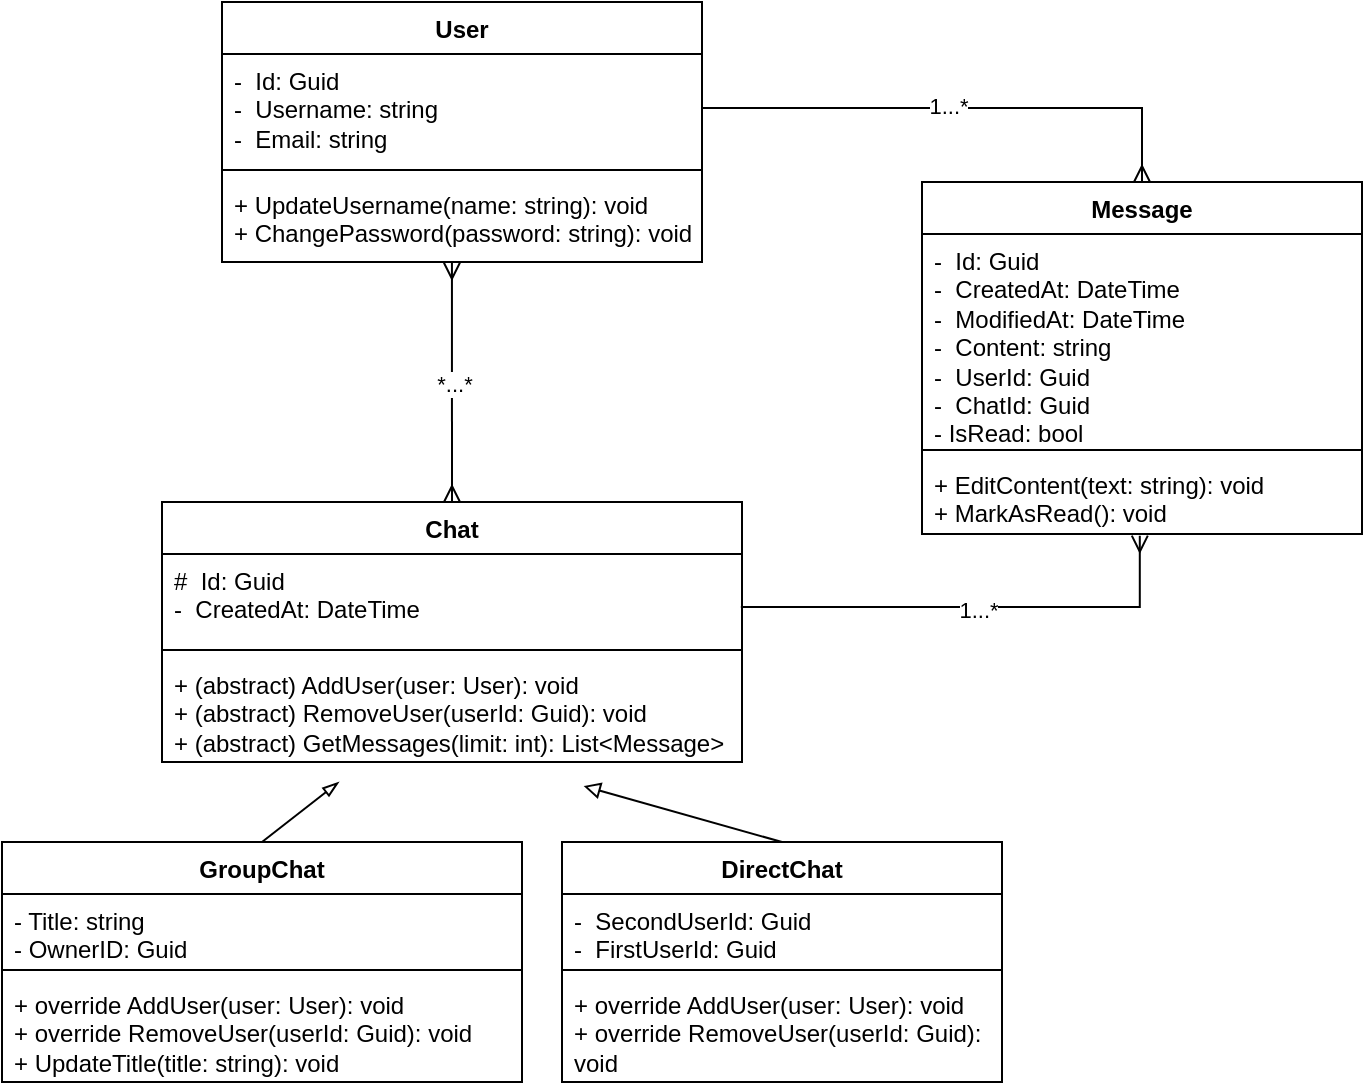
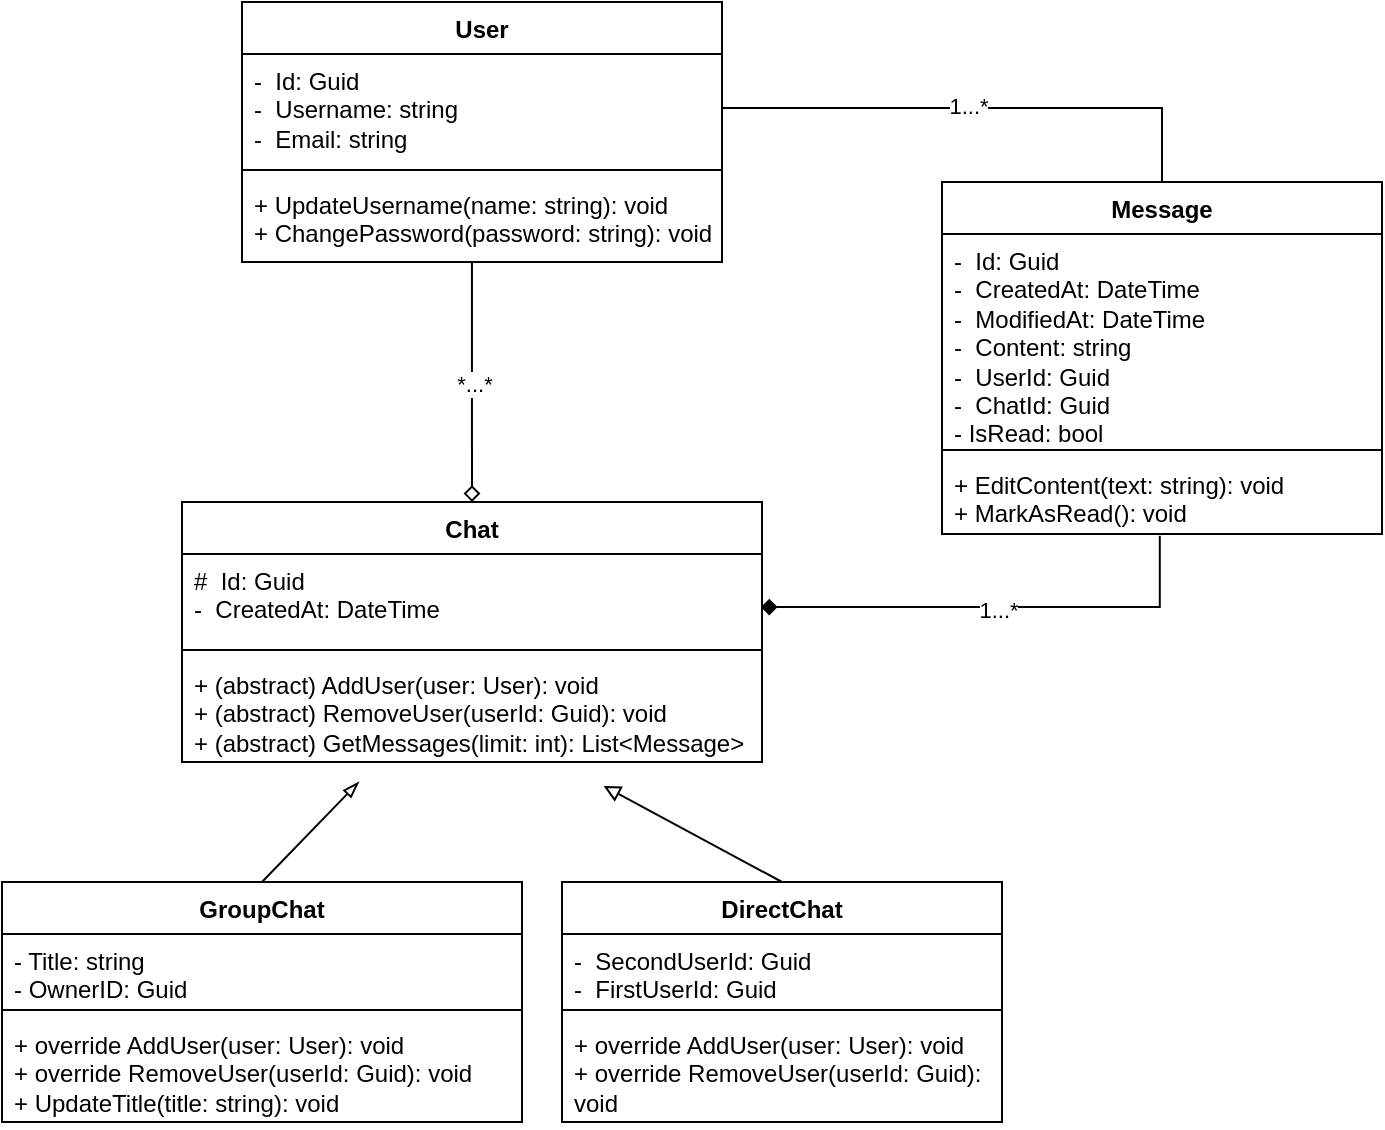
<mxfile host="Electron" agent="Mozilla/5.0 (Windows NT 10.0; Win64; x64) AppleWebKit/537.36 (KHTML, like Gecko) draw.io/29.6.1 Chrome/142.0.7444.265 Electron/39.8.0 Safari/537.36" version="29.6.1">
  <diagram name="Page-1" id="1tDtBCLv5SbzkVq6rJRw">
-     <mxGraphModel dx="1425" dy="828" grid="1" gridSize="10" guides="1" tooltips="1" connect="1" arrows="1" fold="1" page="1" pageScale="1" pageWidth="850" pageHeight="1100" math="0" shadow="0">
+     <mxGraphModel dx="1181" dy="686" grid="1" gridSize="10" guides="1" tooltips="1" connect="1" arrows="1" fold="1" page="1" pageScale="1" pageWidth="850" pageHeight="1100" math="0" shadow="0">
      <root>
        <mxCell id="0" />
        <mxCell id="1" parent="0" />
        <mxCell id="ruk4lqxG6iiJFCDMzkKr-1" parent="1" style="swimlane;fontStyle=1;align=center;verticalAlign=top;childLayout=stackLayout;horizontal=1;startSize=26;horizontalStack=0;resizeParent=1;resizeParentMax=0;resizeLast=0;collapsible=1;marginBottom=0;whiteSpace=wrap;html=1;" value="User" vertex="1">
          <mxGeometry height="130" width="240" x="130" y="130" as="geometry" />
        </mxCell>
        <mxCell id="ruk4lqxG6iiJFCDMzkKr-2" parent="ruk4lqxG6iiJFCDMzkKr-1" style="text;strokeColor=none;fillColor=none;align=left;verticalAlign=top;spacingLeft=4;spacingRight=4;overflow=hidden;rotatable=0;points=[[0,0.5],[1,0.5]];portConstraint=eastwest;whiteSpace=wrap;html=1;" value="-&amp;nbsp; Id: Guid&lt;div&gt;-&amp;nbsp; Username: string&lt;/div&gt;&lt;div&gt;-&amp;nbsp; Email: string&lt;/div&gt;" vertex="1">
          <mxGeometry height="54" width="240" y="26" as="geometry" />
        </mxCell>
        <mxCell id="ruk4lqxG6iiJFCDMzkKr-3" parent="ruk4lqxG6iiJFCDMzkKr-1" style="line;strokeWidth=1;fillColor=none;align=left;verticalAlign=middle;spacingTop=-1;spacingLeft=3;spacingRight=3;rotatable=0;labelPosition=right;points=[];portConstraint=eastwest;strokeColor=inherit;" value="" vertex="1">
          <mxGeometry height="8" width="240" y="80" as="geometry" />
        </mxCell>
        <mxCell id="ruk4lqxG6iiJFCDMzkKr-4" parent="ruk4lqxG6iiJFCDMzkKr-1" style="text;strokeColor=none;fillColor=none;align=left;verticalAlign=top;spacingLeft=4;spacingRight=4;overflow=hidden;rotatable=0;points=[[0,0.5],[1,0.5]];portConstraint=eastwest;whiteSpace=wrap;html=1;" value="+ UpdateUsername(name: string): void&lt;div&gt;+ ChangePassword(password: string): void&lt;/div&gt;" vertex="1">
          <mxGeometry height="42" width="240" y="88" as="geometry" />
        </mxCell>
        <mxCell id="ruk4lqxG6iiJFCDMzkKr-5" parent="1" style="swimlane;fontStyle=1;align=center;verticalAlign=top;childLayout=stackLayout;horizontal=1;startSize=26;horizontalStack=0;resizeParent=1;resizeParentMax=0;resizeLast=0;collapsible=1;marginBottom=0;whiteSpace=wrap;html=1;" value="Chat" vertex="1">
          <mxGeometry height="130" width="290" x="100" y="380" as="geometry" />
        </mxCell>
        <mxCell id="ruk4lqxG6iiJFCDMzkKr-6" parent="ruk4lqxG6iiJFCDMzkKr-5" style="text;strokeColor=none;fillColor=none;align=left;verticalAlign=top;spacingLeft=4;spacingRight=4;overflow=hidden;rotatable=0;points=[[0,0.5],[1,0.5]];portConstraint=eastwest;whiteSpace=wrap;html=1;" value="#&amp;nbsp; Id: Guid&lt;div&gt;-&amp;nbsp; CreatedAt: DateTime&lt;/div&gt;" vertex="1">
          <mxGeometry height="44" width="290" y="26" as="geometry" />
        </mxCell>
        <mxCell id="ruk4lqxG6iiJFCDMzkKr-7" parent="ruk4lqxG6iiJFCDMzkKr-5" style="line;strokeWidth=1;fillColor=none;align=left;verticalAlign=middle;spacingTop=-1;spacingLeft=3;spacingRight=3;rotatable=0;labelPosition=right;points=[];portConstraint=eastwest;strokeColor=inherit;" value="" vertex="1">
          <mxGeometry height="8" width="290" y="70" as="geometry" />
        </mxCell>
        <mxCell id="ruk4lqxG6iiJFCDMzkKr-8" parent="ruk4lqxG6iiJFCDMzkKr-5" style="text;strokeColor=none;fillColor=none;align=left;verticalAlign=top;spacingLeft=4;spacingRight=4;overflow=hidden;rotatable=0;points=[[0,0.5],[1,0.5]];portConstraint=eastwest;whiteSpace=wrap;html=1;" value="+ (abstract) AddUser(user: User): void&lt;div&gt;+ (abstract) RemoveUser(userId: Guid): void&lt;/div&gt;&lt;div&gt;+ (abstract) GetMessages(limit: int): List&amp;lt;Message&amp;gt;&lt;/div&gt;" vertex="1">
          <mxGeometry height="52" width="290" y="78" as="geometry" />
        </mxCell>
        <mxCell id="ruk4lqxG6iiJFCDMzkKr-9" parent="1" style="swimlane;fontStyle=1;align=center;verticalAlign=top;childLayout=stackLayout;horizontal=1;startSize=26;horizontalStack=0;resizeParent=1;resizeParentMax=0;resizeLast=0;collapsible=1;marginBottom=0;whiteSpace=wrap;html=1;" value="GroupChat" vertex="1">
-           <mxGeometry height="120" width="260" x="20" y="550" as="geometry" />
+           <mxGeometry height="120" width="260" x="10" y="570" as="geometry" />
        </mxCell>
        <mxCell id="ruk4lqxG6iiJFCDMzkKr-10" parent="ruk4lqxG6iiJFCDMzkKr-9" style="text;strokeColor=none;fillColor=none;align=left;verticalAlign=top;spacingLeft=4;spacingRight=4;overflow=hidden;rotatable=0;points=[[0,0.5],[1,0.5]];portConstraint=eastwest;whiteSpace=wrap;html=1;" value="- Title: string&lt;div&gt;- OwnerID: Guid&lt;/div&gt;" vertex="1">
          <mxGeometry height="34" width="260" y="26" as="geometry" />
        </mxCell>
        <mxCell id="ruk4lqxG6iiJFCDMzkKr-11" parent="ruk4lqxG6iiJFCDMzkKr-9" style="line;strokeWidth=1;fillColor=none;align=left;verticalAlign=middle;spacingTop=-1;spacingLeft=3;spacingRight=3;rotatable=0;labelPosition=right;points=[];portConstraint=eastwest;strokeColor=inherit;" value="" vertex="1">
          <mxGeometry height="8" width="260" y="60" as="geometry" />
        </mxCell>
        <mxCell id="ruk4lqxG6iiJFCDMzkKr-12" parent="ruk4lqxG6iiJFCDMzkKr-9" style="text;strokeColor=none;fillColor=none;align=left;verticalAlign=top;spacingLeft=4;spacingRight=4;overflow=hidden;rotatable=0;points=[[0,0.5],[1,0.5]];portConstraint=eastwest;whiteSpace=wrap;html=1;" value="+ override AddUser(user: User): void&lt;div&gt;+ override RemoveUser(userId: Guid): void&lt;/div&gt;&lt;div&gt;+ UpdateTitle(title: string): void&lt;/div&gt;" vertex="1">
          <mxGeometry height="52" width="260" y="68" as="geometry" />
        </mxCell>
        <mxCell id="ruk4lqxG6iiJFCDMzkKr-17" parent="1" style="swimlane;fontStyle=1;align=center;verticalAlign=top;childLayout=stackLayout;horizontal=1;startSize=26;horizontalStack=0;resizeParent=1;resizeParentMax=0;resizeLast=0;collapsible=1;marginBottom=0;whiteSpace=wrap;html=1;" value="DirectChat" vertex="1">
-           <mxGeometry height="120" width="220" x="300" y="550" as="geometry" />
+           <mxGeometry height="120" width="220" x="290" y="570" as="geometry" />
        </mxCell>
        <mxCell id="ruk4lqxG6iiJFCDMzkKr-18" parent="ruk4lqxG6iiJFCDMzkKr-17" style="text;strokeColor=none;fillColor=none;align=left;verticalAlign=top;spacingLeft=4;spacingRight=4;overflow=hidden;rotatable=0;points=[[0,0.5],[1,0.5]];portConstraint=eastwest;whiteSpace=wrap;html=1;" value="-&amp;nbsp; SecondUserId: Guid&lt;br&gt;&lt;div&gt;-&amp;nbsp; FirstUserId: Guid&lt;/div&gt;" vertex="1">
          <mxGeometry height="34" width="220" y="26" as="geometry" />
        </mxCell>
        <mxCell id="ruk4lqxG6iiJFCDMzkKr-19" parent="ruk4lqxG6iiJFCDMzkKr-17" style="line;strokeWidth=1;fillColor=none;align=left;verticalAlign=middle;spacingTop=-1;spacingLeft=3;spacingRight=3;rotatable=0;labelPosition=right;points=[];portConstraint=eastwest;strokeColor=inherit;" value="" vertex="1">
          <mxGeometry height="8" width="220" y="60" as="geometry" />
        </mxCell>
        <mxCell id="ruk4lqxG6iiJFCDMzkKr-20" parent="ruk4lqxG6iiJFCDMzkKr-17" style="text;strokeColor=none;fillColor=none;align=left;verticalAlign=top;spacingLeft=4;spacingRight=4;overflow=hidden;rotatable=0;points=[[0,0.5],[1,0.5]];portConstraint=eastwest;whiteSpace=wrap;html=1;" value="+ override AddUser(user: User): void&lt;div&gt;+ override RemoveUser(userId: Guid): void&lt;/div&gt;" vertex="1">
          <mxGeometry height="52" width="220" y="68" as="geometry" />
        </mxCell>
        <mxCell id="ruk4lqxG6iiJFCDMzkKr-21" edge="1" parent="1" source="ruk4lqxG6iiJFCDMzkKr-9" style="endArrow=blockThin;html=1;rounded=0;exitX=0.5;exitY=0;exitDx=0;exitDy=0;entryX=0.305;entryY=1.192;entryDx=0;entryDy=0;entryPerimeter=0;endFill=0;" target="ruk4lqxG6iiJFCDMzkKr-8" value="">
          <mxGeometry height="50" relative="1" width="50" as="geometry">
            <mxPoint x="300" y="640" as="sourcePoint" />
            <mxPoint x="350" y="590" as="targetPoint" />
          </mxGeometry>
        </mxCell>
        <mxCell id="ruk4lqxG6iiJFCDMzkKr-22" edge="1" parent="1" source="ruk4lqxG6iiJFCDMzkKr-17" style="endArrow=block;html=1;rounded=0;exitX=0.5;exitY=0;exitDx=0;exitDy=0;entryX=0.727;entryY=1.231;entryDx=0;entryDy=0;entryPerimeter=0;endFill=0;" target="ruk4lqxG6iiJFCDMzkKr-8" value="">
          <mxGeometry height="50" relative="1" width="50" as="geometry">
            <mxPoint x="370" y="696" as="sourcePoint" />
            <mxPoint x="548" y="630" as="targetPoint" />
          </mxGeometry>
        </mxCell>
        <mxCell id="ruk4lqxG6iiJFCDMzkKr-24" parent="1" style="swimlane;fontStyle=1;align=center;verticalAlign=top;childLayout=stackLayout;horizontal=1;startSize=26;horizontalStack=0;resizeParent=1;resizeParentMax=0;resizeLast=0;collapsible=1;marginBottom=0;whiteSpace=wrap;html=1;" value="Message" vertex="1">
          <mxGeometry height="176" width="220" x="480" y="220" as="geometry" />
        </mxCell>
        <mxCell id="ruk4lqxG6iiJFCDMzkKr-25" parent="ruk4lqxG6iiJFCDMzkKr-24" style="text;strokeColor=none;fillColor=none;align=left;verticalAlign=top;spacingLeft=4;spacingRight=4;overflow=hidden;rotatable=0;points=[[0,0.5],[1,0.5]];portConstraint=eastwest;whiteSpace=wrap;html=1;" value="-&amp;nbsp; Id: Guid&lt;div&gt;-&amp;nbsp; CreatedAt: DateTime&lt;/div&gt;&lt;div&gt;-&amp;nbsp; ModifiedAt: DateTime&lt;/div&gt;&lt;div&gt;-&amp;nbsp; Content: string&lt;/div&gt;&lt;div&gt;-&amp;nbsp; UserId: Guid&lt;/div&gt;&lt;div&gt;-&amp;nbsp; ChatId: Guid&lt;/div&gt;&lt;div&gt;- IsRead: bool&lt;/div&gt;" vertex="1">
          <mxGeometry height="104" width="220" y="26" as="geometry" />
        </mxCell>
        <mxCell id="ruk4lqxG6iiJFCDMzkKr-26" parent="ruk4lqxG6iiJFCDMzkKr-24" style="line;strokeWidth=1;fillColor=none;align=left;verticalAlign=middle;spacingTop=-1;spacingLeft=3;spacingRight=3;rotatable=0;labelPosition=right;points=[];portConstraint=eastwest;strokeColor=inherit;" value="" vertex="1">
          <mxGeometry height="8" width="220" y="130" as="geometry" />
        </mxCell>
        <mxCell id="ruk4lqxG6iiJFCDMzkKr-27" parent="ruk4lqxG6iiJFCDMzkKr-24" style="text;strokeColor=none;fillColor=none;align=left;verticalAlign=top;spacingLeft=4;spacingRight=4;overflow=hidden;rotatable=0;points=[[0,0.5],[1,0.5]];portConstraint=eastwest;whiteSpace=wrap;html=1;" value="+ EditContent(text: string): void&lt;div&gt;+ MarkAsRead(): void&lt;/div&gt;" vertex="1">
          <mxGeometry height="38" width="220" y="138" as="geometry" />
        </mxCell>
-         <mxCell id="mNaRktEDR45nKmZkVIIn-3" edge="1" parent="1" source="ruk4lqxG6iiJFCDMzkKr-2" style="edgeStyle=orthogonalEdgeStyle;rounded=0;orthogonalLoop=1;jettySize=auto;html=1;endArrow=ERmany;endFill=0;exitX=1;exitY=0.5;exitDx=0;exitDy=0;" target="ruk4lqxG6iiJFCDMzkKr-24">
+         <mxCell id="mNaRktEDR45nKmZkVIIn-3" edge="1" parent="1" source="ruk4lqxG6iiJFCDMzkKr-2" style="edgeStyle=orthogonalEdgeStyle;rounded=0;orthogonalLoop=1;jettySize=auto;html=1;endArrow=none;endFill=0;exitX=1;exitY=0.5;exitDx=0;exitDy=0;startArrow=none;startFill=0;" target="ruk4lqxG6iiJFCDMzkKr-24">
          <mxGeometry relative="1" as="geometry">
            <mxPoint x="530" y="195" as="sourcePoint" />
            <mxPoint x="620" y="310" as="targetPoint" />
          </mxGeometry>
        </mxCell>
        <mxCell id="mNaRktEDR45nKmZkVIIn-4" connectable="0" parent="mNaRktEDR45nKmZkVIIn-3" style="edgeLabel;html=1;align=center;verticalAlign=middle;resizable=0;points=[];" value="1...*" vertex="1">
          <mxGeometry relative="1" x="-0.0476" y="1" as="geometry">
            <mxPoint as="offset" />
          </mxGeometry>
        </mxCell>
-         <mxCell id="mNaRktEDR45nKmZkVIIn-9" edge="1" parent="1" source="ruk4lqxG6iiJFCDMzkKr-4" style="edgeStyle=orthogonalEdgeStyle;rounded=0;orthogonalLoop=1;jettySize=auto;html=1;entryX=0.5;entryY=0;entryDx=0;entryDy=0;exitX=0.479;exitY=1.009;exitDx=0;exitDy=0;exitPerimeter=0;startArrow=ERmany;startFill=0;endArrow=ERmany;endFill=0;" target="ruk4lqxG6iiJFCDMzkKr-5">
+         <mxCell id="mNaRktEDR45nKmZkVIIn-9" edge="1" parent="1" source="ruk4lqxG6iiJFCDMzkKr-4" style="edgeStyle=orthogonalEdgeStyle;rounded=0;orthogonalLoop=1;jettySize=auto;html=1;entryX=0.5;entryY=0;entryDx=0;entryDy=0;exitX=0.479;exitY=1.009;exitDx=0;exitDy=0;exitPerimeter=0;startArrow=none;startFill=0;endArrow=diamond;endFill=0;" target="ruk4lqxG6iiJFCDMzkKr-5">
          <mxGeometry relative="1" as="geometry" />
        </mxCell>
        <mxCell id="mNaRktEDR45nKmZkVIIn-10" connectable="0" parent="mNaRktEDR45nKmZkVIIn-9" style="edgeLabel;html=1;align=center;verticalAlign=middle;resizable=0;points=[];" value="*...*" vertex="1">
          <mxGeometry relative="1" x="0.0134" y="1" as="geometry">
            <mxPoint as="offset" />
          </mxGeometry>
        </mxCell>
-         <mxCell id="mNaRktEDR45nKmZkVIIn-11" edge="1" parent="1" source="ruk4lqxG6iiJFCDMzkKr-27" style="edgeStyle=orthogonalEdgeStyle;rounded=0;orthogonalLoop=1;jettySize=auto;html=1;entryX=0.998;entryY=0.603;entryDx=0;entryDy=0;entryPerimeter=0;exitX=0.495;exitY=1.022;exitDx=0;exitDy=0;exitPerimeter=0;startArrow=ERmany;startFill=0;endArrow=none;endFill=0;" target="ruk4lqxG6iiJFCDMzkKr-6">
+         <mxCell id="mNaRktEDR45nKmZkVIIn-11" edge="1" parent="1" source="ruk4lqxG6iiJFCDMzkKr-27" style="edgeStyle=orthogonalEdgeStyle;rounded=0;orthogonalLoop=1;jettySize=auto;html=1;entryX=0.998;entryY=0.603;entryDx=0;entryDy=0;entryPerimeter=0;exitX=0.495;exitY=1.022;exitDx=0;exitDy=0;exitPerimeter=0;startArrow=none;startFill=0;endArrow=diamond;endFill=1;" target="ruk4lqxG6iiJFCDMzkKr-6">
          <mxGeometry relative="1" as="geometry" />
        </mxCell>
        <mxCell id="mNaRktEDR45nKmZkVIIn-12" connectable="0" parent="mNaRktEDR45nKmZkVIIn-11" style="edgeLabel;html=1;align=center;verticalAlign=middle;resizable=0;points=[];" value="1...*" vertex="1">
          <mxGeometry relative="1" x="-0.0084" y="1" as="geometry">
            <mxPoint as="offset" />
          </mxGeometry>
        </mxCell>
      </root>
    </mxGraphModel>
  </diagram>
</mxfile>
